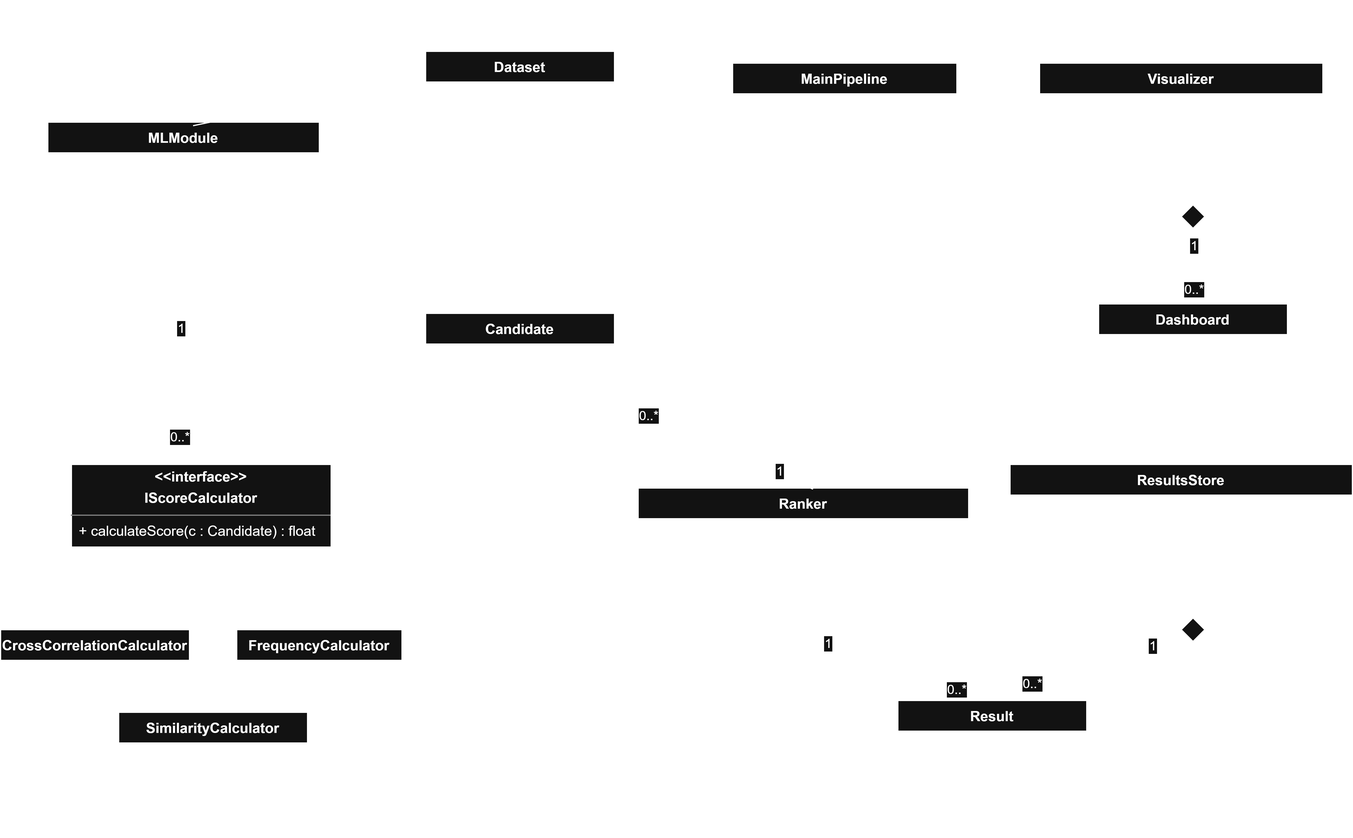
Above: docs/uml/04_class/class_diagram.drawio.png in DavideDeplano/srt-anomaly-detection (draw.io), before the change. Source tidied: cells renumbered, new cells last; positions are measured from the earlier drawing's top-left corner, leaving out a move shared by most shapes.
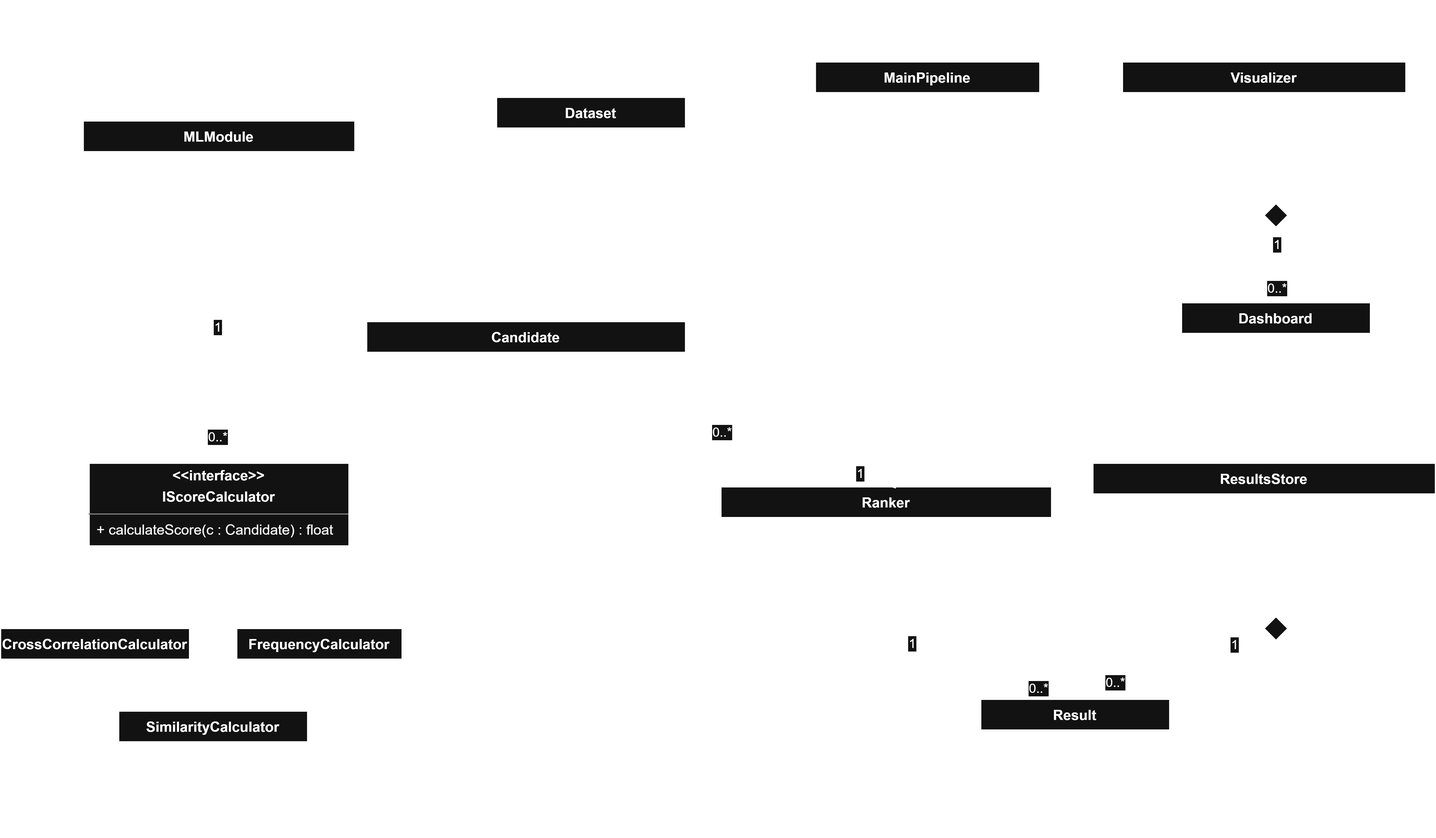
The same file after the commit.

Diff of the diagram source:
```diff
@@ -18,7 +18,7 @@
       <mxGeometry y="118" width="190" height="72" as="geometry" />
     </mxCell>
     <mxCell id="7" value="MLModule" style="swimlane;fontStyle=1;align=center;verticalAlign=top;horizontal=1;startSize=26;whiteSpace=wrap;html=1;" parent="1" vertex="1">
-      <mxGeometry x="40" y="100" width="230" height="150" as="geometry" />
+      <mxGeometry y="100" width="230" height="150" as="geometry" />
     </mxCell>
     <mxCell id="8" value="- calculators : List&amp;lt;IScoreCalculator&amp;gt;&lt;div&gt;- candidates : List&amp;lt;Candidate&amp;gt;&lt;/div&gt;" style="text;strokeColor=none;fillColor=none;align=left;verticalAlign=top;spacingLeft=4;spacingRight=4;overflow=hidden;points=[[0,0.5],[1,0.5]];portConstraint=eastwest;whiteSpace=wrap;html=1;" parent="7" vertex="1">
       <mxGeometry y="26" width="230" height="44" as="geometry" />
@@ -66,7 +66,7 @@
       <mxGeometry y="68" width="240" height="52" as="geometry" />
     </mxCell>
     <mxCell id="23" value="Dataset" style="swimlane;fontStyle=1;align=center;verticalAlign=top;horizontal=1;startSize=26;whiteSpace=wrap;html=1;" parent="1" vertex="1">
-      <mxGeometry x="360" y="40" width="160" height="90" as="geometry" />
+      <mxGeometry x="350" y="80" width="160" height="90" as="geometry" />
     </mxCell>
     <mxCell id="24" value="- png_dir : Path&lt;div&gt;- logger : Logger&lt;/div&gt;" style="text;strokeColor=none;fillColor=none;align=left;verticalAlign=top;spacingLeft=4;spacingRight=4;overflow=hidden;points=[[0,0.5],[1,0.5]];portConstraint=eastwest;whiteSpace=wrap;html=1;" parent="23" vertex="1">
       <mxGeometry y="26" width="160" height="34" as="geometry" />
@@ -77,15 +77,6 @@
     <mxCell id="26" value="+ load()" style="text;strokeColor=none;fillColor=none;align=left;verticalAlign=top;spacingLeft=4;spacingRight=4;overflow=hidden;points=[[0,0.5],[1,0.5]];portConstraint=eastwest;whiteSpace=wrap;html=1;" parent="23" vertex="1">
       <mxGeometry y="68" width="160" height="22" as="geometry" />
     </mxCell>
-    <mxCell id="27" value="Candidate" style="swimlane;fontStyle=1;align=center;verticalAlign=top;horizontal=1;startSize=26;whiteSpace=wrap;html=1;" parent="1" vertex="1">
-      <mxGeometry x="360" y="262" width="160" height="128" as="geometry" />
-    </mxCell>
-    <mxCell id="28" value="- id : string&lt;div&gt;- on_path : Path&lt;/div&gt;&lt;div&gt;- frequency_hz : float&lt;/div&gt;&lt;div&gt;- on_panels : List&lt;/div&gt;&lt;div&gt;- off_panels : List&lt;/div&gt;&lt;div&gt;- drift_hz_s : float&lt;/div&gt;" style="text;strokeColor=none;fillColor=none;align=left;verticalAlign=top;spacingLeft=4;spacingRight=4;overflow=hidden;points=[[0,0.5],[1,0.5]];portConstraint=eastwest;whiteSpace=wrap;html=1;" parent="27" vertex="1">
-      <mxGeometry y="26" width="160" height="94" as="geometry" />
-    </mxCell>
-    <mxCell id="29" style="line;strokeWidth=1;fillColor=none;align=left;verticalAlign=middle;spacingTop=-1;spacingLeft=3;spacingRight=3;labelPosition=right;strokeColor=inherit;" parent="27" vertex="1">
-      <mxGeometry y="120" width="160" height="8" as="geometry" />
-    </mxCell>
     <mxCell id="30" value="Result" style="swimlane;fontStyle=1;align=center;verticalAlign=top;horizontal=1;startSize=26;whiteSpace=wrap;html=1;" parent="1" vertex="1">
       <mxGeometry x="760" y="590" width="160" height="114" as="geometry" />
     </mxCell>
@@ -151,13 +142,15 @@
         <mxPoint x="10" y="-6" as="offset" />
       </mxGeometry>
     </mxCell>
-    <mxCell id="51" style="endArrow=none;html=1;rounded=0;exitX=0;exitY=0.5;exitDx=0;exitDy=0;entryX=1.006;entryY=0.706;entryDx=0;entryDy=0;entryPerimeter=0;" parent="1" edge="1" source="4" target="24">
-      <mxGeometry relative="1" as="geometry" />
+    <mxCell id="51" style="endArrow=none;html=1;rounded=0;entryX=1.006;entryY=0.706;entryDx=0;entryDy=0;entryPerimeter=0;" parent="1" edge="1" target="24">
+      <mxGeometry relative="1" as="geometry">
+        <mxPoint x="610" y="130" as="sourcePoint" />
+      </mxGeometry>
     </mxCell>
-    <mxCell id="52" style="endArrow=none;html=1;rounded=0;entryX=0;entryY=0.25;entryDx=0;entryDy=0;exitX=0.535;exitY=0.02;exitDx=0;exitDy=0;exitPerimeter=0;" parent="1" edge="1" source="7" target="23">
+    <mxCell id="52" style="endArrow=none;html=1;rounded=0;entryX=-0.013;entryY=-0.123;entryDx=0;entryDy=0;exitX=1;exitY=0.5;exitDx=0;exitDy=0;entryPerimeter=0;" parent="1" edge="1" source="8" target="26">
       <mxGeometry relative="1" as="geometry" />
     </mxCell>
-    <mxCell id="53" style="endArrow=none;html=1;rounded=0;entryX=0.529;entryY=0.008;entryDx=0;entryDy=0;entryPerimeter=0;exitX=1;exitY=0.5;exitDx=0;exitDy=0;" parent="1" edge="1" source="28" target="11">
+    <mxCell id="53" style="endArrow=none;html=1;rounded=0;entryX=0.529;entryY=0.008;entryDx=0;entryDy=0;entryPerimeter=0;exitX=1;exitY=0.5;exitDx=0;exitDy=0;" parent="1" edge="1" source="74" target="11">
       <mxGeometry relative="1" as="geometry" />
     </mxCell>
     <mxCell id="54" value="1" style="edgeLabel;html=1;align=center;verticalAlign=middle;" parent="53" vertex="1">
@@ -178,43 +171,43 @@
       <mxGeometry x="0.63" y="-1" relative="1" as="geometry" />
     </mxCell>
     <mxCell id="59" value="&lt;p style=&quot;margin:0px;margin-top:4px;text-align:center;&quot;&gt;&lt;b&gt;&amp;lt;&amp;lt;interface&amp;gt;&amp;gt;&lt;/b&gt;&lt;/p&gt;&lt;p style=&quot;margin:0px;margin-top:4px;text-align:center;&quot;&gt;&lt;b&gt;IScoreCalculator&lt;/b&gt;&lt;/p&gt;&lt;hr size=&quot;1&quot; style=&quot;border-style:solid;&quot;&gt;&lt;div style=&quot;height:2px;&quot;&gt;&amp;nbsp; + calculateScore(c : Candidate) : float&lt;/div&gt;" style="verticalAlign=top;align=left;overflow=fill;html=1;whiteSpace=wrap;" parent="1" vertex="1">
-      <mxGeometry x="60" y="390" width="220" height="70" as="geometry" />
+      <mxGeometry x="5" y="390" width="220" height="70" as="geometry" />
     </mxCell>
     <mxCell id="60" value="SimilarityCalculator" style="swimlane;fontStyle=1;align=center;verticalAlign=top;horizontal=1;startSize=26;whiteSpace=wrap;html=1;" parent="1" vertex="1">
-      <mxGeometry x="100" y="600" width="160" height="34" as="geometry" />
+      <mxGeometry x="30" y="600" width="160" height="34" as="geometry" />
     </mxCell>
     <mxCell id="61" style="line;strokeWidth=1;fillColor=none;align=left;verticalAlign=middle;spacingTop=-1;spacingLeft=3;spacingRight=3;labelPosition=right;strokeColor=inherit;" parent="60" vertex="1">
       <mxGeometry y="26" width="160" height="8" as="geometry" />
     </mxCell>
     <mxCell id="62" value="FrequencyCalculator" style="swimlane;fontStyle=1;align=center;verticalAlign=top;horizontal=1;startSize=26;whiteSpace=wrap;html=1;" parent="1" vertex="1">
-      <mxGeometry x="200" y="530" width="140" height="34" as="geometry" />
+      <mxGeometry x="130" y="530" width="140" height="34" as="geometry" />
     </mxCell>
     <mxCell id="63" style="line;strokeWidth=1;fillColor=none;align=left;verticalAlign=middle;spacingTop=-1;spacingLeft=3;spacingRight=3;labelPosition=right;strokeColor=inherit;" parent="62" vertex="1">
       <mxGeometry y="26" width="140" height="8" as="geometry" />
     </mxCell>
     <mxCell id="64" value="CrossCorrelationCalculator" style="swimlane;fontStyle=1;align=center;verticalAlign=top;horizontal=1;startSize=26;whiteSpace=wrap;html=1;" parent="1" vertex="1">
-      <mxGeometry y="530" width="160" height="34" as="geometry" />
+      <mxGeometry x="-70" y="530" width="160" height="34" as="geometry" />
     </mxCell>
     <mxCell id="65" style="line;strokeWidth=1;fillColor=none;align=left;verticalAlign=middle;spacingTop=-1;spacingLeft=3;spacingRight=3;labelPosition=right;strokeColor=inherit;" parent="64" vertex="1">
       <mxGeometry y="26" width="160" height="8" as="geometry" />
     </mxCell>
     <mxCell id="66" style="endArrow=block;dashed=1;endFill=0;endSize=12;html=1;rounded=0;entryX=0.5;entryY=1;entryDx=0;entryDy=0;" parent="1" edge="1">
       <mxGeometry relative="1" as="geometry">
-        <mxPoint x="180" y="600" as="sourcePoint" />
-        <mxPoint x="180" y="460" as="targetPoint" />
+        <mxPoint x="114.3" y="600" as="sourcePoint" />
+        <mxPoint x="114.3" y="460" as="targetPoint" />
       </mxGeometry>
     </mxCell>
     <mxCell id="67" style="endArrow=none;dashed=1;html=1;rounded=0;exitX=0.5;exitY=0;exitDx=0;exitDy=0;" parent="1" edge="1" source="62">
       <mxGeometry relative="1" as="geometry">
-        <mxPoint x="180" y="500" as="targetPoint" />
+        <mxPoint x="110" y="500" as="targetPoint" />
       </mxGeometry>
     </mxCell>
     <mxCell id="68" style="endArrow=none;dashed=1;html=1;rounded=0;exitX=0.5;exitY=0;exitDx=0;exitDy=0;" parent="1" edge="1" source="64">
       <mxGeometry relative="1" as="geometry">
-        <mxPoint x="180" y="500" as="targetPoint" />
+        <mxPoint x="110" y="500" as="targetPoint" />
       </mxGeometry>
     </mxCell>
-    <mxCell id="69" style="endArrow=none;html=1;rounded=0;entryX=0.496;entryY=0.986;entryDx=0;entryDy=0;exitX=0.418;exitY=0;exitDx=0;exitDy=0;exitPerimeter=0;entryPerimeter=0;" parent="1" edge="1" source="59" target="10">
+    <mxCell id="69" style="endArrow=none;html=1;rounded=0;entryX=0.496;entryY=0.986;entryDx=0;entryDy=0;exitX=0.5;exitY=0;exitDx=0;exitDy=0;entryPerimeter=0;" parent="1" edge="1" source="59" target="10">
       <mxGeometry relative="1" as="geometry" />
     </mxCell>
     <mxCell id="70" value="0..*" style="edgeLabel;html=1;align=center;verticalAlign=middle;" parent="69" vertex="1">
@@ -229,5 +222,17 @@
     <mxCell id="73" style="html=1;align=center;verticalAlign=top;labelBackgroundColor=none;" parent="72" vertex="1">
       <mxGeometry relative="1" as="geometry" />
     </mxCell>
+    <mxCell id="27" value="Candidate" style="swimlane;fontStyle=1;align=center;verticalAlign=top;horizontal=1;startSize=26;whiteSpace=wrap;html=1;" parent="1" vertex="1">
+      <mxGeometry x="240" y="270" width="270" height="230" as="geometry" />
+    </mxCell>
+    <mxCell id="74" value="- id : string&lt;div&gt;- frequency_hz : float&lt;/div&gt;&lt;div&gt;- drift_hz_s : float&lt;/div&gt;&lt;div&gt;- on_panels : List&lt;/div&gt;&lt;div&gt;- off_panels : List&lt;/div&gt;&lt;div&gt;- snr : float&lt;/div&gt;&lt;div&gt;- source_path : Path&lt;/div&gt;" style="text;strokeColor=none;fillColor=none;align=left;verticalAlign=top;spacingLeft=4;spacingRight=4;overflow=hidden;points=[[0,0.5],[1,0.5]];portConstraint=eastwest;whiteSpace=wrap;html=1;" parent="27" vertex="1">
+      <mxGeometry y="26" width="270" height="114" as="geometry" />
+    </mxCell>
+    <mxCell id="75" style="line;strokeWidth=1;fillColor=none;align=left;verticalAlign=middle;spacingTop=-1;spacingLeft=3;spacingRight=3;labelPosition=right;strokeColor=inherit;" parent="27" vertex="1">
+      <mxGeometry y="140" width="270" height="8" as="geometry" />
+    </mxCell>
+    <mxCell id="76" value="+ to_summary() : Dict&lt;div&gt;+ set_cross_correlation_score(value: float) : void&lt;/div&gt;&lt;div&gt;+ set_frequency_score(value: float) : void&lt;/div&gt;&lt;div&gt;+ set_similarity_score(value: float) : void&lt;/div&gt;&lt;div&gt;+ set_final_score(score: float, rank: int) : void&lt;/div&gt;" style="text;strokeColor=none;fillColor=none;align=left;verticalAlign=top;spacingLeft=4;spacingRight=4;overflow=hidden;whiteSpace=wrap;html=1;" parent="27" vertex="1">
+      <mxGeometry y="148" width="270" height="82" as="geometry" />
+    </mxCell>
   </root>
 </mxGraphModel>
```
